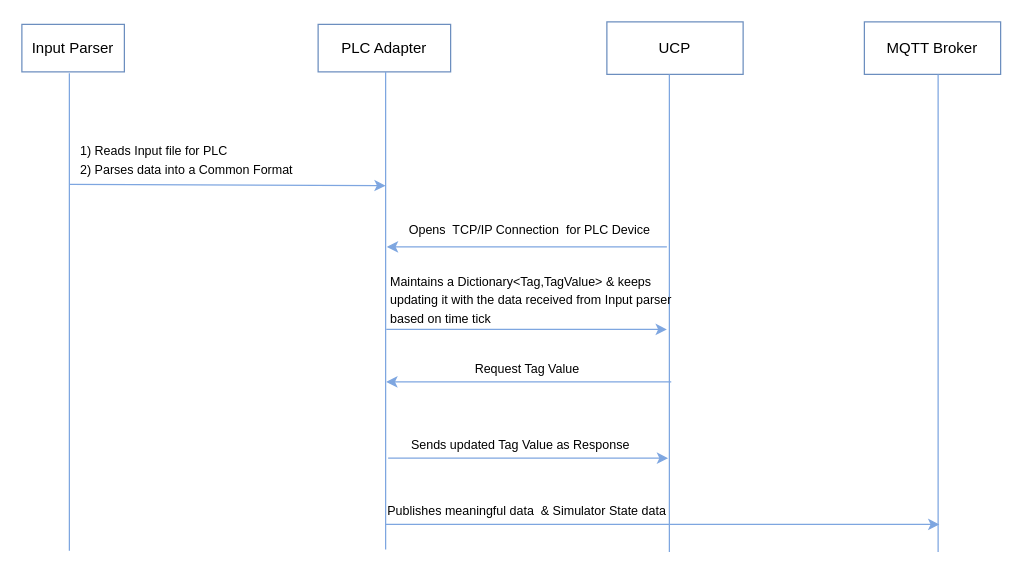
srawat19/Steris-Project keeps this draw.io diagram as Untitled Diagram.drawio. Above is the earlier version. Source tidied: cells renumbered, new cells numbered last; positions are measured from the earlier drawing's top-left corner, leaving out a move shared by most shapes. Both pictures are drawn from the tidied source at 125%, with x=0, y=0 at pixel (21, 21).
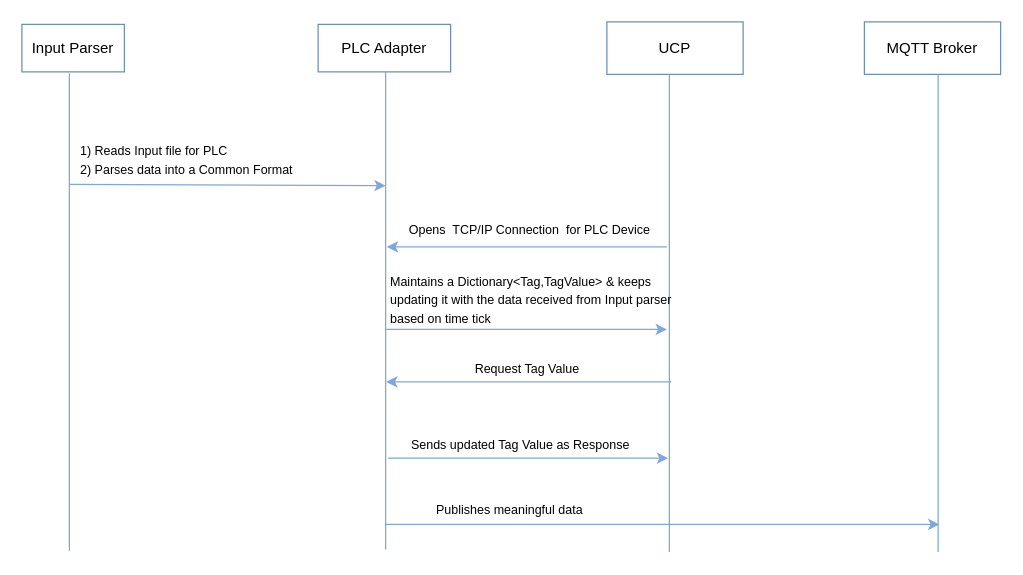
After the change.

Commit message:
PLC sequence .drawio

Diff of the diagram source:
```diff
@@
-    <mxCell id="21" value="&lt;div style=&quot;text-align: justify&quot;&gt;&lt;span style=&quot;font-size: 10px&quot;&gt;&amp;nbsp;Publishes&amp;nbsp;&lt;/span&gt;&lt;span style=&quot;font-size: 10px&quot;&gt;meaningful data&amp;nbsp; &amp;amp; Simulator State data&lt;/span&gt;&lt;/div&gt;" style="text;html=1;align=left;verticalAlign=middle;" parent="1" vertex="1">
-      <mxGeometry x="287.5" y="382" width="236" height="18" as="geometry" />
+    <mxCell id="21" value="&lt;div style=&quot;text-align: justify&quot;&gt;&lt;span style=&quot;font-size: 10px&quot;&gt;&amp;nbsp;Publishes&amp;nbsp;&lt;/span&gt;&lt;span style=&quot;font-size: 10px&quot;&gt;meaningful data&amp;nbsp;&amp;nbsp;&lt;/span&gt;&lt;/div&gt;" style="text;html=1;align=left;verticalAlign=middle;" parent="1" vertex="1">
+      <mxGeometry x="327" y="381" width="135" height="18" as="geometry" />
     </mxCell>
```
